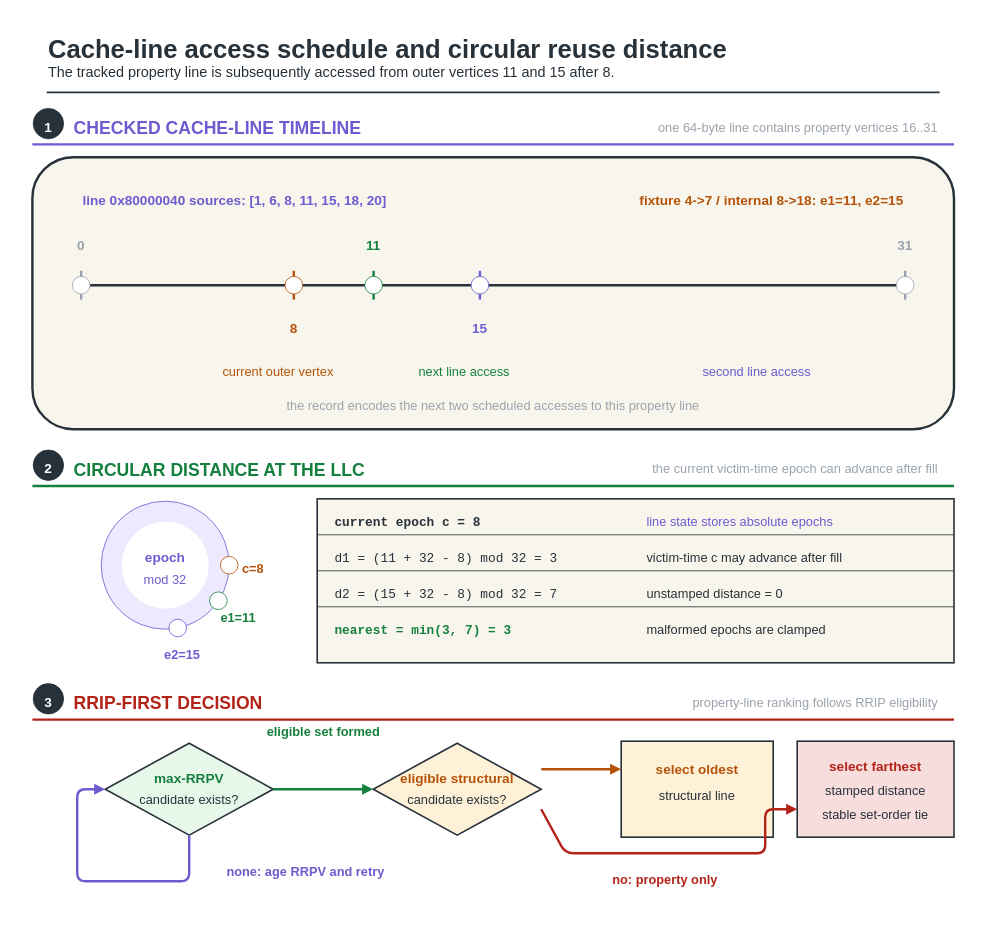
This is fig/wiki_src/reuse-plan-flowthrough/reuse-plan-flowthrough-f03-future-distance.drawio from UVA-LavaLab/ECG_GrAPL, a draw.io file, before an edit. Source tidied: cells renumbered, new cells numbered last; positions are measured from the earlier drawing's top-left corner, leaving out a move shared by most shapes. Both pictures are drawn from the tidied source at 80%, with x=0, y=0 at pixel (13, 13).
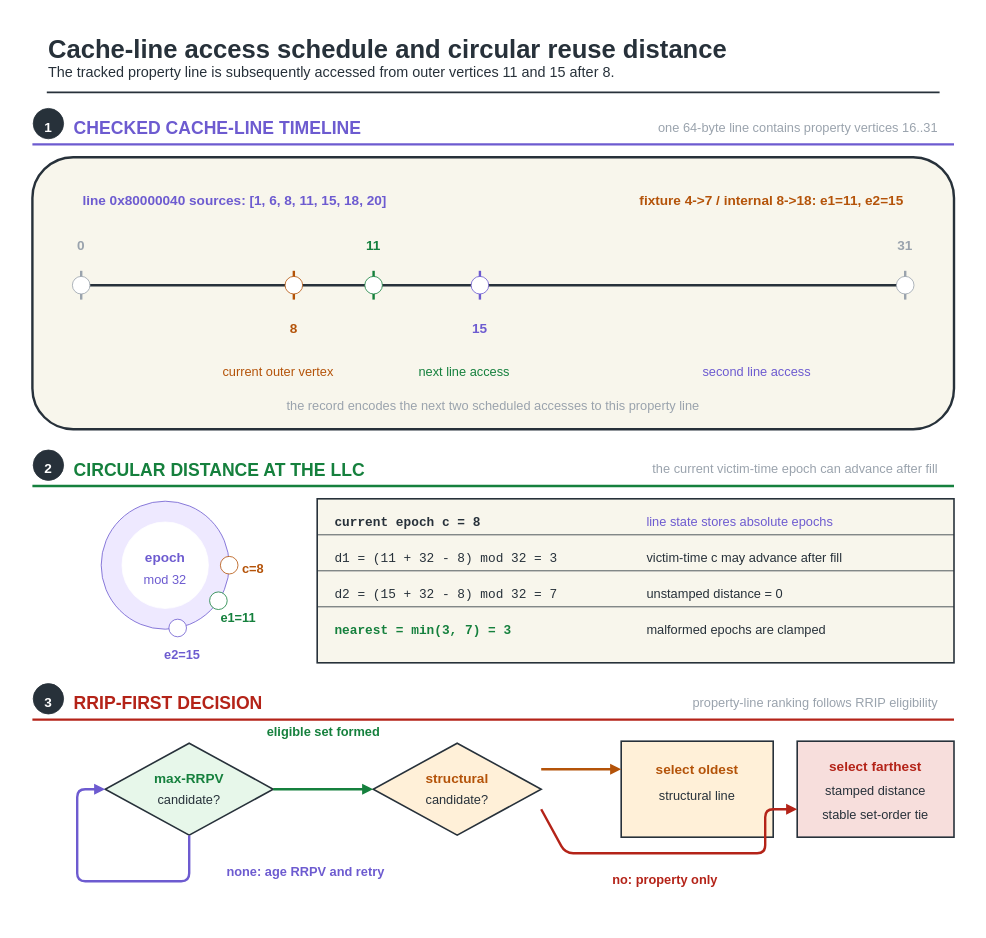
Above is the later version.

Change to the diagram source:
```diff
@@
-    <mxCell id="68" value="candidate exists?" style="text;html=0;strokeColor=none;fillColor=none;align=center;verticalAlign=middle;fontFamily=Helvetica;fontSize=16;fontColor=#27313A;fontStyle=0;" parent="1" vertex="1">
-      <mxGeometry x="147.9" y="971.2" width="144.2" height="22.4" as="geometry" />
+    <mxCell id="68" value="candidate?" style="text;html=0;strokeColor=none;fillColor=none;align=center;verticalAlign=middle;fontFamily=Helvetica;fontSize=16;fontColor=#27313A;fontStyle=0;" parent="1" vertex="1">
+      <mxGeometry x="177.6" y="971.2" width="84.8" height="22.4" as="geometry" />
     </mxCell>
@@
-    <mxCell id="70" value="eligible structural" style="text;html=0;strokeColor=none;fillColor=none;align=center;verticalAlign=middle;fontFamily=Helvetica;fontSize=17;fontColor=#B45309;fontStyle=1;" parent="1" vertex="1">
-      <mxGeometry x="462.9" y="943.4" width="184.1" height="23.8" as="geometry" />
+    <mxCell id="70" value="structural" style="text;html=0;strokeColor=none;fillColor=none;align=center;verticalAlign=middle;fontFamily=Helvetica;fontSize=17;fontColor=#B45309;fontStyle=1;" parent="1" vertex="1">
+      <mxGeometry x="506.6" y="943.4" width="96.9" height="23.8" as="geometry" />
     </mxCell>
-    <mxCell id="71" value="candidate exists?" style="text;html=0;strokeColor=none;fillColor=none;align=center;verticalAlign=middle;fontFamily=Helvetica;fontSize=16;fontColor=#27313A;fontStyle=0;" parent="1" vertex="1">
-      <mxGeometry x="482.9" y="971.2" width="144.2" height="22.4" as="geometry" />
+    <mxCell id="71" value="candidate?" style="text;html=0;strokeColor=none;fillColor=none;align=center;verticalAlign=middle;fontFamily=Helvetica;fontSize=16;fontColor=#27313A;fontStyle=0;" parent="1" vertex="1">
+      <mxGeometry x="512.6" y="971.2" width="84.8" height="22.4" as="geometry" />
     </mxCell>
```
